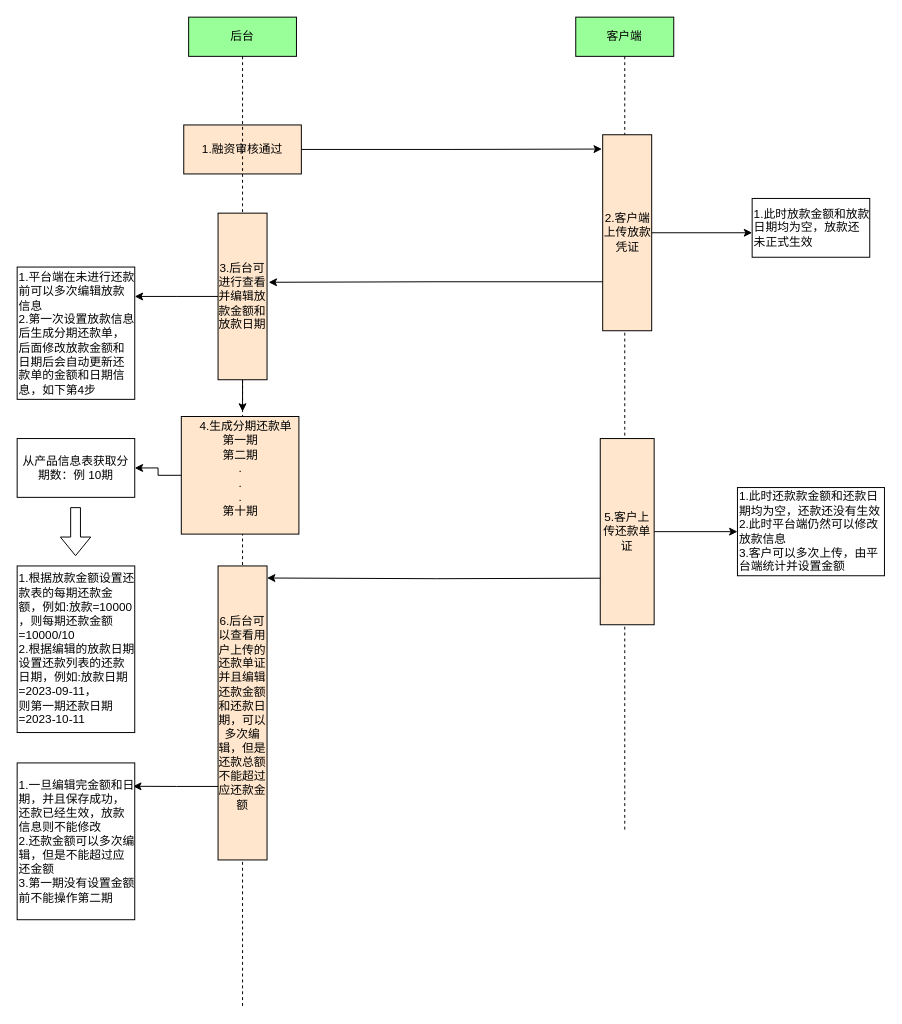
Before: 放款与还款.drawio in HaivenZhang/draw-io-files, a draw.io diagram. Source tidied: cells renumbered, new cells numbered last; positions are measured from the earlier drawing's top-left corner, leaving out a move shared by most shapes. Both pictures are drawn from the tidied source at 98%, with x=0, y=0 at pixel (17, 17).
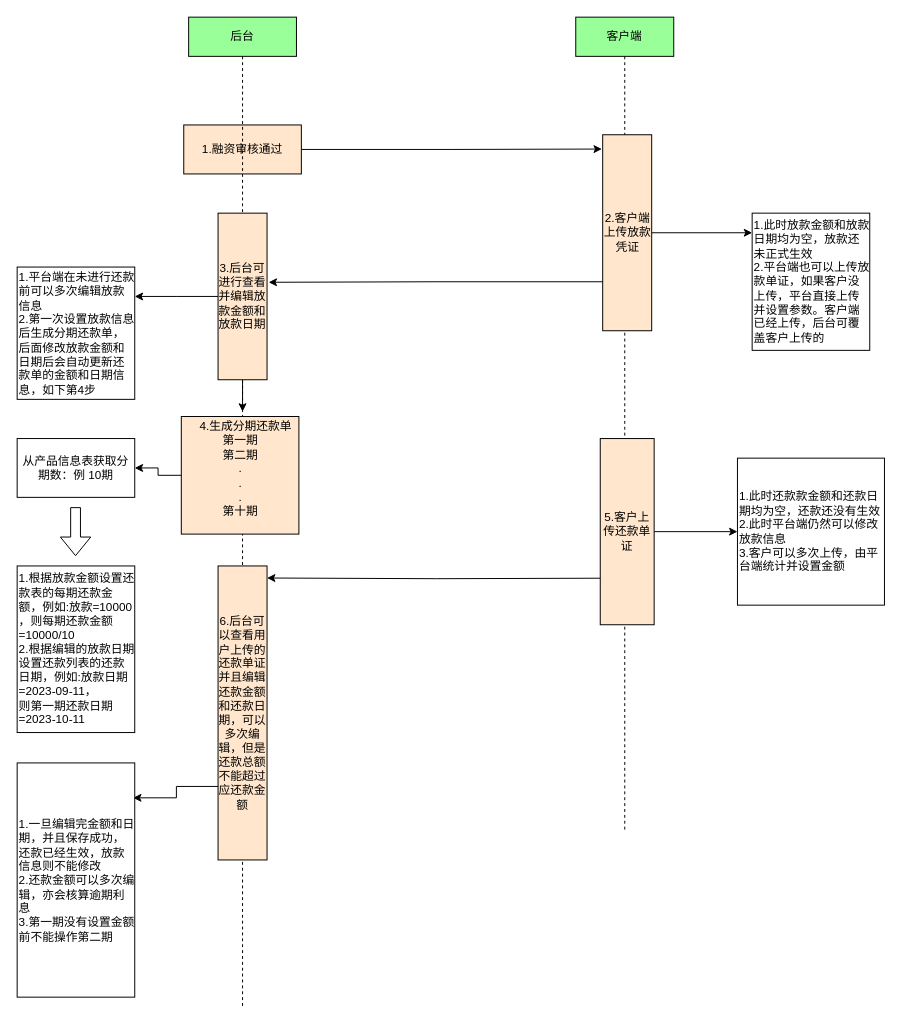
The same diagram, later.

Commit message:
更新放款与还款.drawio

Diff of the diagram source:
```diff
@@
-    <mxCell id="10" value="&lt;div&gt;1.此时放款金额和放款日期均为空，放款还未正式生效&lt;br&gt;&lt;/div&gt;" style="whiteSpace=wrap;html=1;align=left;" parent="1" vertex="1">
-      <mxGeometry x="750" y="185" width="120" height="60" as="geometry" />
+    <mxCell id="10" value="&lt;div&gt;1.此时放款金额和放款日期均为空，放款还未正式生效&lt;/div&gt;&lt;div&gt;2.平台端也可以上传放款单证，如果客户没上传，平台直接上传并设置参数。客户端已经上传，后台可覆盖客户上传的&lt;br&gt;&lt;/div&gt;" style="whiteSpace=wrap;html=1;align=left;" parent="1" vertex="1">
+      <mxGeometry x="750" y="200" width="120" height="140" as="geometry" />
     </mxCell>
@@
-    <mxCell id="20" value="&lt;div&gt;1.一旦编辑完金额和日期，并且保存成功，还款已经生效，放款信息则不能修改&lt;/div&gt;&lt;div&gt;2.还款金额可以多次编辑，但是不能超过应还金额&lt;/div&gt;&lt;div&gt;3.第一期没有设置金额前不能操作第二期&lt;br&gt;&lt;/div&gt;" style="rounded=0;whiteSpace=wrap;html=1;align=left;" parent="1" vertex="1">
-      <mxGeometry y="761" width="120" height="160" as="geometry" />
+    <mxCell id="20" value="&lt;div&gt;1.一旦编辑完金额和日期，并且保存成功，还款已经生效，放款信息则不能修改&lt;/div&gt;&lt;div&gt;2.还款金额可以多次编辑，亦会核算逾期利息&lt;/div&gt;&lt;div&gt;3.第一期没有设置金额前不能操作第二期&lt;br&gt;&lt;/div&gt;" style="rounded=0;whiteSpace=wrap;html=1;align=left;" parent="1" vertex="1">
+      <mxGeometry y="761" width="120" height="239" as="geometry" />
     </mxCell>
     <mxCell id="21" value="&lt;div&gt;1.此时还款款金额和还款日期均为空，还款还没有生效&lt;/div&gt;&lt;div&gt;2.此时平台端仍然可以修改放款信息&lt;/div&gt;&lt;div&gt;3.客户可以多次上传，由平台端统计并设置金额&lt;br&gt;&lt;/div&gt;" style="whiteSpace=wrap;html=1;align=left;" parent="1" vertex="1">
-      <mxGeometry x="735" y="480" width="150" height="90" as="geometry" />
+      <mxGeometry x="735" y="450" width="150" height="150" as="geometry" />
     </mxCell>
```
